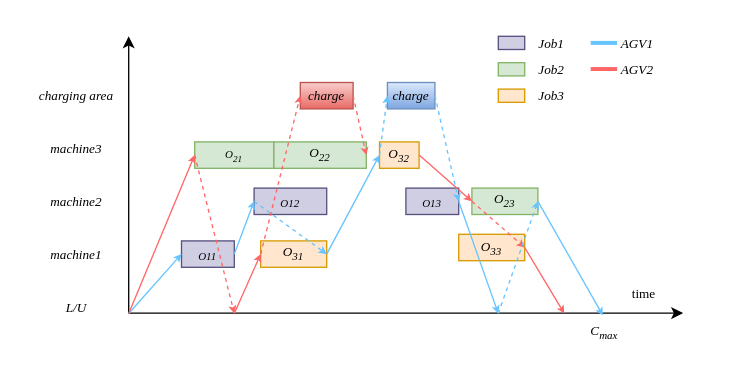
Above: gante.drawio in aslongaslihappy/algorithm (draw.io), before the change. Source tidied: cells renumbered, new cells numbered last; positions are measured from the earlier drawing's top-left corner, leaving out a move shared by most shapes. Both pictures are drawn from the tidied source at 132%, with x=0, y=0 at pixel (22, 22).
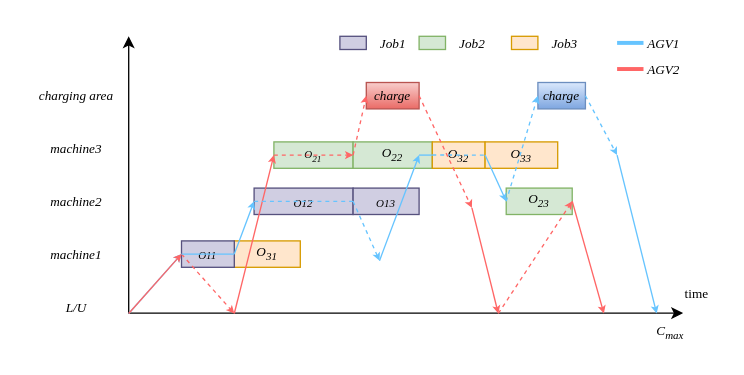
After the change.

Diff of the diagram source:
```diff
@@
     <mxCell id="8" value="&lt;span style=&quot;font-size: 8.33333px;&quot;&gt;O&lt;sub&gt;21&lt;/sub&gt;&lt;/span&gt;" style="rounded=0;whiteSpace=wrap;html=1;fontSize=10;fontStyle=2;fontFamily=Times New Roman;fillColor=#d5e8d4;strokeColor=#82b366;" parent="1" vertex="1">
-      <mxGeometry x="130" y="90" width="60" height="20" as="geometry" />
+      <mxGeometry x="190" y="90" width="60" height="20" as="geometry" />
     </mxCell>
     <mxCell id="9" value="&lt;sub&gt;&lt;span&gt;O&lt;/span&gt;12&lt;/sub&gt;" style="rounded=0;whiteSpace=wrap;html=1;fontSize=10;fontFamily=Times New Roman;fontStyle=2;fillColor=#d0cee2;strokeColor=#56517e;" parent="1" vertex="1">
-      <mxGeometry x="175" y="125" width="55" height="20" as="geometry" />
+      <mxGeometry x="175" y="125" width="75" height="20" as="geometry" />
     </mxCell>
     <mxCell id="10" value="O&lt;sub&gt;22&lt;/sub&gt;" style="rounded=0;whiteSpace=wrap;html=1;fontSize=10;fontStyle=2;fontFamily=Times New Roman;fillColor=#d5e8d4;strokeColor=#82b366;" parent="1" vertex="1">
-      <mxGeometry x="190" y="90" width="70" height="20" as="geometry" />
+      <mxGeometry x="250" y="90" width="60" height="20" as="geometry" />
     </mxCell>
     <mxCell id="11" value="&lt;font&gt;O&lt;sub&gt;31&lt;/sub&gt;&lt;/font&gt;" style="rounded=0;whiteSpace=wrap;html=1;fontFamily=Times New Roman;fillColor=#ffe6cc;strokeColor=#d79b00;fontStyle=2;fontSize=10;" parent="1" vertex="1">
-      <mxGeometry x="180" y="165" width="50" height="20" as="geometry" />
+      <mxGeometry x="160" y="165" width="50" height="20" as="geometry" />
     </mxCell>
     <mxCell id="12" value="charge" style="rounded=0;whiteSpace=wrap;html=1;fontFamily=Times New Roman;fontStyle=2;fontSize=10;fillColor=#f8cecc;strokeColor=#b85450;gradientColor=#ea6b66;" parent="1" vertex="1">
-      <mxGeometry x="210" y="45" width="40" height="20" as="geometry" />
+      <mxGeometry x="260" y="45" width="40" height="20" as="geometry" />
     </mxCell>
     <mxCell id="13" value="charge" style="rounded=0;whiteSpace=wrap;html=1;fontFamily=Times New Roman;fontStyle=2;fontSize=10;fillColor=#dae8fc;gradientColor=#7ea6e0;strokeColor=#6c8ebf;" parent="1" vertex="1">
-      <mxGeometry x="276" y="45" width="36" height="20" as="geometry" />
+      <mxGeometry x="390" y="45" width="36" height="20" as="geometry" />
     </mxCell>
     <mxCell id="14" value="&lt;font style=&quot;font-size: 10px;&quot;&gt;&lt;i&gt;O&lt;sub style=&quot;&quot;&gt;32&lt;/sub&gt;&lt;/i&gt;&lt;/font&gt;" style="rounded=0;whiteSpace=wrap;html=1;fontFamily=Times New Roman;fillColor=#ffe6cc;strokeColor=#d79b00;" parent="1" vertex="1">
-      <mxGeometry x="270" y="90" width="30" height="20" as="geometry" />
+      <mxGeometry x="310" y="90" width="40" height="20" as="geometry" />
     </mxCell>
-    <mxCell id="15" value="&lt;span&gt;&lt;sub&gt;&lt;span&gt;O&lt;/span&gt;11&lt;/sub&gt;&lt;/span&gt;" style="rounded=0;whiteSpace=wrap;html=1;fontSize=10;fontFamily=Times New Roman;fontStyle=2;fillColor=#d0cee2;strokeColor=#56517e;" parent="1" vertex="1">
-      <mxGeometry x="120" y="165" width="40" height="20" as="geometry" />
-    </mxCell>
@@
     <mxCell id="17" style="rounded=0;whiteSpace=wrap;html=1;fontSize=10;fontFamily=Times New Roman;fontStyle=2;fillColor=#d0cee2;strokeColor=#56517e;" parent="1" vertex="1">
-      <mxGeometry x="360" y="10" width="20" height="10" as="geometry" />
+      <mxGeometry x="240" y="10" width="20" height="10" as="geometry" />
     </mxCell>
+    <mxCell id="15" value="&lt;span style=&quot;font-size: 8.33333px;&quot;&gt;O&lt;/span&gt;&lt;span style=&quot;font-size: 8.33333px;&quot;&gt;11&lt;/span&gt;" style="rounded=0;whiteSpace=wrap;html=1;fontSize=10;fontFamily=Times New Roman;fontStyle=2;fillColor=#d0cee2;strokeColor=#56517e;" parent="1" vertex="1">
+      <mxGeometry x="120" y="165" width="40" height="20" as="geometry" />
+    </mxCell>
     <mxCell id="18" style="rounded=0;whiteSpace=wrap;html=1;fontSize=10;fontStyle=2;fontFamily=Times New Roman;fillColor=#d5e8d4;strokeColor=#82b366;" parent="1" vertex="1">
-      <mxGeometry x="360" y="30" width="20" height="10" as="geometry" />
+      <mxGeometry x="300" y="10" width="20" height="10" as="geometry" />
     </mxCell>
     <mxCell id="19" style="rounded=0;whiteSpace=wrap;html=1;fontFamily=Times New Roman;fillColor=#ffe6cc;strokeColor=#d79b00;" parent="1" vertex="1">
-      <mxGeometry x="360" y="50" width="20" height="10" as="geometry" />
+      <mxGeometry x="370" y="10" width="20" height="10" as="geometry" />
     </mxCell>
     <mxCell id="20" style="endArrow=none;html=1;rounded=0;strokeColor=light-dark(#66c4ff, #004a4a);jumpSize=6;endSize=3;startFill=0;strokeWidth=3;" parent="1" edge="1">
       <mxGeometry relative="1" as="geometry">
-        <mxPoint x="430" y="15" as="sourcePoint" />
-        <mxPoint x="450" y="15" as="targetPoint" />
+        <mxPoint x="450" y="15" as="sourcePoint" />
+        <mxPoint x="470" y="15" as="targetPoint" />
       </mxGeometry>
     </mxCell>
     <mxCell id="21" style="endArrow=none;html=1;rounded=0;strokeColor=#FF6666;endSize=3;fillColor=#fad9d5;exitX=1;exitY=0.5;exitDx=0;exitDy=0;strokeWidth=3;startFill=0;" parent="1" edge="1">
       <mxGeometry relative="1" as="geometry">
-        <mxPoint x="430" y="34.8" as="sourcePoint" />
-        <mxPoint x="450" y="34.8" as="targetPoint" />
+        <mxPoint x="450" y="34.8" as="sourcePoint" />
+        <mxPoint x="470" y="34.8" as="targetPoint" />
       </mxGeometry>
     </mxCell>
     <mxCell id="22" value="AGV1" style="text;html=1;align=center;verticalAlign=middle;strokeColor=none;fillColor=none;fontSize=10;fontFamily=Times New Roman;fontStyle=2;" parent="1" vertex="1">
-      <mxGeometry x="440" width="50" height="30" as="geometry" />
+      <mxGeometry x="460" width="50" height="30" as="geometry" />
     </mxCell>
     <mxCell id="23" value="AGV2" style="text;html=1;align=center;verticalAlign=middle;strokeColor=none;fillColor=none;fontSize=10;fontFamily=Times New Roman;fontStyle=2;" parent="1" vertex="1">
-      <mxGeometry x="440" y="20" width="50" height="30" as="geometry" />
+      <mxGeometry x="460" y="20" width="50" height="30" as="geometry" />
     </mxCell>
     <mxCell id="24" value="Job1" style="text;html=1;align=center;verticalAlign=middle;strokeColor=none;fillColor=none;fontSize=10;fontFamily=Times New Roman;fontStyle=2;" parent="1" vertex="1">
-      <mxGeometry x="380" width="40" height="30" as="geometry" />
+      <mxGeometry x="260" width="40" height="30" as="geometry" />
     </mxCell>
     <mxCell id="25" value="Job2" style="text;html=1;align=center;verticalAlign=middle;strokeColor=none;fillColor=none;fontSize=10;fontFamily=Times New Roman;fontStyle=2;" parent="1" vertex="1">
-      <mxGeometry x="380" y="20" width="40" height="30" as="geometry" />
+      <mxGeometry x="320" width="40" height="30" as="geometry" />
     </mxCell>
     <mxCell id="26" value="Job3" style="text;html=1;align=center;verticalAlign=middle;strokeColor=none;fillColor=none;fontSize=10;fontFamily=Times New Roman;fontStyle=2;" parent="1" vertex="1">
-      <mxGeometry x="380" y="40" width="40" height="30" as="geometry" />
+      <mxGeometry x="390" width="40" height="30" as="geometry" />
     </mxCell>
-    <mxCell id="27" style="endArrow=classic;html=1;rounded=0;strokeColor=#FF6666;endSize=3;fillColor=#fad9d5;entryX=0;entryY=0.5;entryDx=0;entryDy=0;dashed=1;exitX=0;exitY=0.5;exitDx=0;exitDy=0;" parent="1" edge="1" source="11" target="12">
+    <mxCell id="27" style="endArrow=classic;html=1;rounded=0;strokeColor=#FF6666;endSize=3;fillColor=#fad9d5;entryX=0;entryY=0.5;entryDx=0;entryDy=0;dashed=1;exitX=0;exitY=0.5;exitDx=0;exitDy=0;" parent="1" edge="1" source="10" target="12">
       <mxGeometry relative="1" as="geometry" />
     </mxCell>
     <mxCell id="28" value="time" style="text;html=1;align=center;verticalAlign=middle;strokeColor=none;fillColor=none;fontSize=10;fontFamily=Times New Roman;fontStyle=0;" parent="1" vertex="1">
-      <mxGeometry x="450" y="190" width="40" height="30" as="geometry" />
+      <mxGeometry x="490" y="190" width="40" height="30" as="geometry" />
     </mxCell>
     <mxCell id="29" value="C&lt;sub&gt;max&lt;/sub&gt;" style="text;html=1;align=center;verticalAlign=middle;points=[];strokeColor=none;fillColor=none;fontSize=10;fontFamily=Times New Roman;fontStyle=2;" parent="1" vertex="1">
-      <mxGeometry x="420" y="220" width="40" height="30" as="geometry" />
+      <mxGeometry x="470" y="220" width="40" height="30" as="geometry" />
     </mxCell>
-    <mxCell id="30" style="endArrow=classic;html=1;rounded=0;strokeColor=#FF6666;endSize=3;fillColor=#fad9d5;entryX=0;entryY=0.5;entryDx=0;entryDy=0;" parent="1" edge="1" target="8">
+    <mxCell id="30" style="endArrow=classic;html=1;rounded=0;strokeColor=#FF6666;endSize=3;fillColor=#fad9d5;entryX=0;entryY=0.5;entryDx=0;entryDy=0;" parent="1" edge="1" target="15">
       <mxGeometry relative="1" as="geometry">
         <mxPoint x="80" y="220" as="sourcePoint" />
       </mxGeometry>
     </mxCell>
-    <mxCell id="31" style="endArrow=classic;html=1;rounded=0;strokeColor=#FF6666;endSize=3;fillColor=#fad9d5;exitX=0;exitY=0.5;exitDx=0;exitDy=0;dashed=1;" parent="1" edge="1" source="8">
-      <mxGeometry relative="1" as="geometry">
-        <mxPoint x="160" y="220" as="targetPoint" />
-      </mxGeometry>
-    </mxCell>
@@
-    <mxCell id="33" style="endArrow=classic;html=1;rounded=0;strokeColor=#FF6666;endSize=3;fillColor=#fad9d5;entryX=0;entryY=0.5;entryDx=0;entryDy=0;" parent="1" edge="1" target="11">
+    <mxCell id="33" style="endArrow=classic;html=1;rounded=0;strokeColor=#FF6666;endSize=3;fillColor=#fad9d5;entryX=0;entryY=0.5;entryDx=0;entryDy=0;" parent="1" edge="1" target="8">
       <mxGeometry relative="1" as="geometry">
         <mxPoint x="160" y="220" as="sourcePoint" />
       </mxGeometry>
     </mxCell>
@@
-    <mxCell id="35" style="endArrow=classic;html=1;rounded=0;strokeColor=light-dark(#66c4ff, #004a4a);jumpSize=6;endSize=3;entryX=0;entryY=0.5;entryDx=0;entryDy=0;exitX=1;exitY=0.5;exitDx=0;exitDy=0;" parent="1" edge="1" source="11" target="14">
-      <mxGeometry relative="1" as="geometry" />
-    </mxCell>
-    <mxCell id="36" style="endArrow=classic;html=1;rounded=0;strokeColor=light-dark(#66c4ff, #004a4a);jumpSize=6;endSize=3;entryX=1;entryY=0.5;entryDx=0;entryDy=0;exitX=0;exitY=0.5;exitDx=0;exitDy=0;dashed=1;" parent="1" edge="1" source="9" target="11">
-      <mxGeometry relative="1" as="geometry" />
-    </mxCell>
-    <mxCell id="37" style="endArrow=classic;html=1;rounded=0;strokeColor=light-dark(#66c4ff, #004a4a);jumpSize=6;endSize=3;dashed=1;exitX=0;exitY=0.5;exitDx=0;exitDy=0;entryX=0;entryY=0.5;entryDx=0;entryDy=0;" parent="1" edge="1" source="14" target="13">
-      <mxGeometry relative="1" as="geometry" />
-    </mxCell>
     <mxCell id="38" value="O&lt;sub&gt;23&lt;/sub&gt;" style="rounded=0;whiteSpace=wrap;html=1;fontSize=10;fontStyle=2;fontFamily=Times New Roman;fillColor=#d5e8d4;strokeColor=#82b366;" parent="1" vertex="1">
-      <mxGeometry x="340" y="125" width="50" height="20" as="geometry" />
+      <mxGeometry x="366" y="125" width="50" height="20" as="geometry" />
     </mxCell>
     <mxCell id="39" value="&lt;font style=&quot;font-size: 10px;&quot;&gt;&lt;i&gt;O&lt;sub style=&quot;&quot;&gt;33&lt;/sub&gt;&lt;/i&gt;&lt;/font&gt;" style="rounded=0;whiteSpace=wrap;html=1;fontFamily=Times New Roman;fillColor=#ffe6cc;strokeColor=#d79b00;" parent="1" vertex="1">
-      <mxGeometry x="330" y="160" width="50" height="20" as="geometry" />
+      <mxGeometry x="350" y="90" width="55" height="20" as="geometry" />
     </mxCell>
+    <mxCell id="42" style="endArrow=classic;html=1;rounded=0;strokeColor=#FF6666;endSize=3;fillColor=#fad9d5;dashed=1;exitX=0;exitY=0.5;exitDx=0;exitDy=0;" parent="1" edge="1" source="15">
+      <mxGeometry relative="1" as="geometry">
+        <mxPoint x="160" y="220" as="targetPoint" />
+      </mxGeometry>
+    </mxCell>
+    <mxCell id="44" style="endArrow=classic;html=1;rounded=0;strokeColor=#FF6666;endSize=3;fillColor=#fad9d5;" parent="1" edge="1">
+      <mxGeometry relative="1" as="geometry">
+        <mxPoint x="340" y="140" as="sourcePoint" />
+        <mxPoint x="360" y="220" as="targetPoint" />
+      </mxGeometry>
+    </mxCell>
+    <mxCell id="48" style="endArrow=classic;html=1;rounded=0;strokeColor=light-dark(#66c4ff, #004a4a);jumpSize=6;endSize=3;exitX=1;exitY=0.5;exitDx=0;exitDy=0;dashed=1;" parent="1" edge="1" source="13">
+      <mxGeometry relative="1" as="geometry">
+        <mxPoint x="450" y="100" as="targetPoint" />
+      </mxGeometry>
+    </mxCell>
     <mxCell id="40" value="&lt;sub&gt;&lt;span&gt;O&lt;/span&gt;13&lt;/sub&gt;" style="rounded=0;whiteSpace=wrap;html=1;fontSize=10;fontFamily=Times New Roman;fontStyle=2;fillColor=#d0cee2;strokeColor=#56517e;" parent="1" vertex="1">
-      <mxGeometry x="290" y="125" width="40" height="20" as="geometry" />
+      <mxGeometry x="250" y="125" width="50" height="20" as="geometry" />
     </mxCell>
-    <mxCell id="41" style="endArrow=classic;html=1;rounded=0;strokeColor=light-dark(#66c4ff, #004a4a);jumpSize=6;endSize=3;exitX=1;exitY=0.5;exitDx=0;exitDy=0;" parent="1" edge="1" source="40">
-      <mxGeometry relative="1" as="geometry">
-        <mxPoint x="360" y="220" as="targetPoint" />
-      </mxGeometry>
-    </mxCell>
-    <mxCell id="42" style="endArrow=classic;html=1;rounded=0;strokeColor=#FF6666;endSize=3;fillColor=#fad9d5;entryX=1;entryY=0.5;entryDx=0;entryDy=0;dashed=1;exitX=1;exitY=0.5;exitDx=0;exitDy=0;" parent="1" edge="1" source="12" target="10">
-      <mxGeometry relative="1" as="geometry" />
-    </mxCell>
-    <mxCell id="43" style="endArrow=classic;html=1;rounded=0;strokeColor=#FF6666;endSize=3;fillColor=#fad9d5;dashed=1;entryX=1;entryY=0.5;entryDx=0;entryDy=0;" parent="1" edge="1" target="39">
-      <mxGeometry relative="1" as="geometry">
-        <mxPoint x="340" y="135" as="sourcePoint" />
-      </mxGeometry>
-    </mxCell>
-    <mxCell id="44" style="endArrow=classic;html=1;rounded=0;strokeColor=#FF6666;endSize=3;fillColor=#fad9d5;exitX=1;exitY=0.5;exitDx=0;exitDy=0;" parent="1" edge="1" source="39">
-      <mxGeometry relative="1" as="geometry">
-        <mxPoint x="410" y="220" as="targetPoint" />
-      </mxGeometry>
-    </mxCell>
-    <mxCell id="45" style="endArrow=classic;html=1;rounded=0;strokeColor=light-dark(#66c4ff, #004a4a);jumpSize=6;endSize=3;dashed=1;exitX=0;exitY=0.5;exitDx=0;exitDy=0;entryX=1;entryY=0.5;entryDx=0;entryDy=0;" parent="1" edge="1" target="38">
-      <mxGeometry relative="1" as="geometry">
-        <mxPoint x="360" y="220" as="sourcePoint" />
-      </mxGeometry>
-    </mxCell>
-    <mxCell id="46" style="endArrow=classic;html=1;rounded=0;strokeColor=light-dark(#66c4ff, #004a4a);jumpSize=6;endSize=3;exitX=1;exitY=0.5;exitDx=0;exitDy=0;entryX=0.48;entryY=0.047;entryDx=0;entryDy=0;entryPerimeter=0;" parent="1" edge="1" source="38" target="29">
-      <mxGeometry relative="1" as="geometry" />
-    </mxCell>
+    <mxCell id="49" style="endArrow=classic;html=1;rounded=0;strokeColor=#FF6666;endSize=3;fillColor=#fad9d5;dashed=1;entryX=1;entryY=0.5;entryDx=0;entryDy=0;" parent="1" edge="1" target="38">
+      <mxGeometry relative="1" as="geometry">
+        <mxPoint x="360" y="220" as="sourcePoint" />
+      </mxGeometry>
+    </mxCell>
+    <mxCell id="50" style="endArrow=none;html=1;rounded=0;strokeColor=light-dark(#66c4ff, #004a4a);jumpSize=6;endSize=3;entryX=0;entryY=0.5;entryDx=0;entryDy=0;exitX=0;exitY=0.5;exitDx=0;exitDy=0;startFill=0;flowAnimation=0;" parent="1" edge="1" source="15" target="11">
+      <mxGeometry relative="1" as="geometry" />
+    </mxCell>
+    <mxCell id="51" style="endArrow=classic;html=1;rounded=0;strokeColor=#FF6666;endSize=3;fillColor=#fad9d5;exitX=1;exitY=0.5;exitDx=0;exitDy=0;" parent="1" edge="1" source="38">
+      <mxGeometry relative="1" as="geometry">
+        <mxPoint x="440" y="220" as="targetPoint" />
+      </mxGeometry>
+    </mxCell>
+    <mxCell id="52" style="endArrow=classic;html=1;rounded=0;strokeColor=#FF6666;endSize=3;fillColor=#fad9d5;entryX=0;entryY=0.5;entryDx=0;entryDy=0;dashed=1;exitX=0;exitY=0.5;exitDx=0;exitDy=0;" parent="1" edge="1" source="8" target="10">
+      <mxGeometry relative="1" as="geometry" />
+    </mxCell>
+    <mxCell id="53" style="endArrow=none;html=1;rounded=0;strokeColor=light-dark(#66c4ff, #004a4a);jumpSize=6;endSize=3;entryX=1;entryY=0.5;entryDx=0;entryDy=0;exitX=0;exitY=0.5;exitDx=0;exitDy=0;startFill=0;flowAnimation=0;dashed=1;" parent="1" edge="1" source="9" target="9">
+      <mxGeometry relative="1" as="geometry" />
+    </mxCell>
+    <mxCell id="54" style="endArrow=classic;html=1;rounded=0;strokeColor=light-dark(#66c4ff, #004a4a);jumpSize=6;endSize=3;" parent="1" edge="1">
+      <mxGeometry relative="1" as="geometry">
+        <mxPoint x="270" y="180" as="sourcePoint" />
+        <mxPoint x="300" y="100" as="targetPoint" />
+      </mxGeometry>
+    </mxCell>
+    <mxCell id="55" style="endArrow=classic;html=1;rounded=0;strokeColor=light-dark(#66c4ff, #004a4a);jumpSize=6;endSize=3;exitX=1;exitY=0.5;exitDx=0;exitDy=0;dashed=1;" parent="1" edge="1" source="9">
+      <mxGeometry relative="1" as="geometry">
+        <mxPoint x="270" y="180" as="targetPoint" />
+      </mxGeometry>
+    </mxCell>
+    <mxCell id="56" style="endArrow=none;html=1;rounded=0;strokeColor=light-dark(#66c4ff, #004a4a);jumpSize=6;endSize=3;entryX=0;entryY=0.5;entryDx=0;entryDy=0;startFill=0;flowAnimation=0;exitX=0.833;exitY=0.5;exitDx=0;exitDy=0;exitPerimeter=0;" parent="1" edge="1" source="10" target="14">
+      <mxGeometry relative="1" as="geometry" />
+    </mxCell>
+    <mxCell id="57" style="endArrow=none;html=1;rounded=0;strokeColor=light-dark(#66c4ff, #004a4a);jumpSize=6;endSize=3;entryX=1;entryY=0.5;entryDx=0;entryDy=0;startFill=0;flowAnimation=0;exitX=0.833;exitY=0.5;exitDx=0;exitDy=0;exitPerimeter=0;dashed=1;" parent="1" edge="1" target="14">
+      <mxGeometry relative="1" as="geometry">
+        <mxPoint x="310" y="99.9" as="sourcePoint" />
+      </mxGeometry>
+    </mxCell>
-    <mxCell id="47" style="endArrow=classic;html=1;rounded=0;strokeColor=#FF6666;endSize=3;fillColor=#fad9d5;exitX=1;exitY=0.5;exitDx=0;exitDy=0;entryX=0;entryY=0.5;entryDx=0;entryDy=0;" parent="1" edge="1" source="14" target="38">
+    <mxCell id="47" style="endArrow=classic;html=1;rounded=0;strokeColor=light-dark(#66c4ff, #004a4a);jumpSize=6;endSize=3;entryX=0;entryY=0.5;entryDx=0;entryDy=0;exitX=1;exitY=0.5;exitDx=0;exitDy=0;" parent="1" edge="1" source="14" target="38">
       <mxGeometry relative="1" as="geometry" />
     </mxCell>
-    <mxCell id="48" style="endArrow=classic;html=1;rounded=0;strokeColor=light-dark(#66c4ff, #004a4a);jumpSize=6;endSize=3;entryX=1;entryY=0.5;entryDx=0;entryDy=0;exitX=1;exitY=0.5;exitDx=0;exitDy=0;dashed=1;" parent="1" edge="1" source="13" target="40">
-      <mxGeometry relative="1" as="geometry" />
-    </mxCell>
+    <mxCell id="58" style="endArrow=classic;html=1;rounded=0;strokeColor=#FF6666;endSize=3;fillColor=#fad9d5;dashed=1;exitX=1;exitY=0.5;exitDx=0;exitDy=0;" parent="1" edge="1" source="12">
+      <mxGeometry relative="1" as="geometry">
+        <mxPoint x="340" y="140" as="targetPoint" />
+      </mxGeometry>
+    </mxCell>
+    <mxCell id="59" style="endArrow=classic;html=1;rounded=0;strokeColor=light-dark(#66c4ff, #004a4a);jumpSize=6;endSize=3;" parent="1" edge="1">
+      <mxGeometry relative="1" as="geometry">
+        <mxPoint x="450" y="100" as="sourcePoint" />
+        <mxPoint x="480" y="220" as="targetPoint" />
+      </mxGeometry>
+    </mxCell>
+    <mxCell id="60" style="endArrow=classic;html=1;rounded=0;strokeColor=light-dark(#66c4ff, #004a4a);jumpSize=6;endSize=3;exitX=0;exitY=0.5;exitDx=0;exitDy=0;dashed=1;entryX=0;entryY=0.5;entryDx=0;entryDy=0;" parent="1" edge="1" source="38" target="13">
+      <mxGeometry relative="1" as="geometry" />
+    </mxCell>
```
